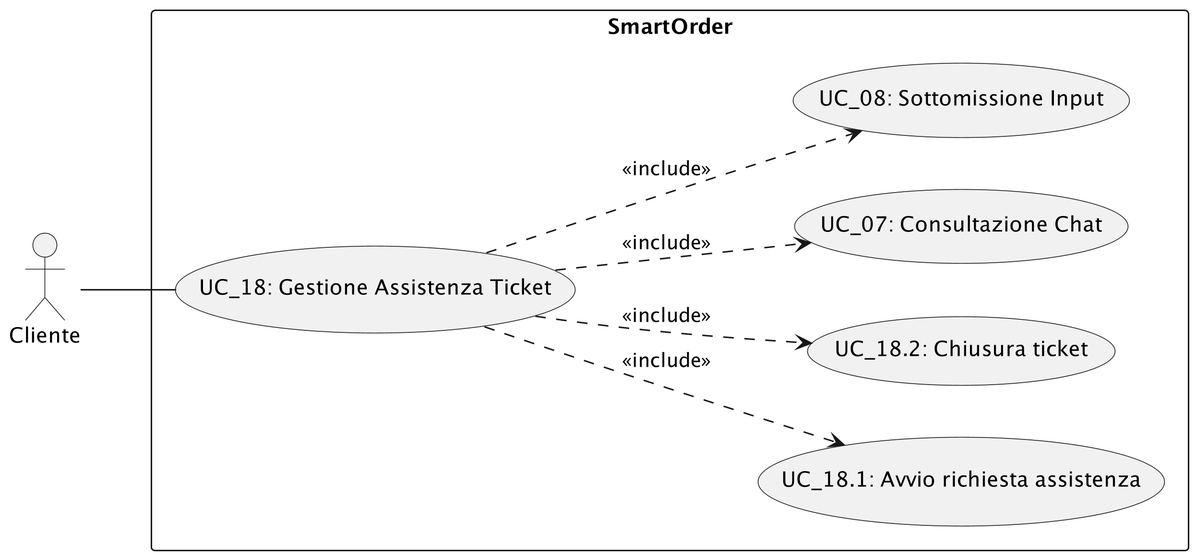
Before: src/RTB/Documentazione Esterna/Contenuti/uc-18.png, a diagram exported from PlantUML (swenightpro/Documentazione). The source it was exported from:
```plantuml
@startuml
skinparam dpi 300
left to right direction
actor Cliente

rectangle "SmartOrder" {
  usecase "UC_18: Gestione Assistenza Ticket" as UC18
  usecase "UC_18.1: Avvio richiesta assistenza" as UC18_1
  usecase "UC_18.2: Chiusura ticket" as UC18_2
  usecase "UC_07: Consultazione Chat" as UC07
  usecase "UC_08: Sottomissione Input" as UC08

}

Cliente -- UC18
UC18 ..> UC18_1 : <<include>>
UC18 ..> UC18_2 : <<include>>
UC18 ..> UC07 : <<include>>
UC18 ..> UC08 : <<include>>
@enduml
```
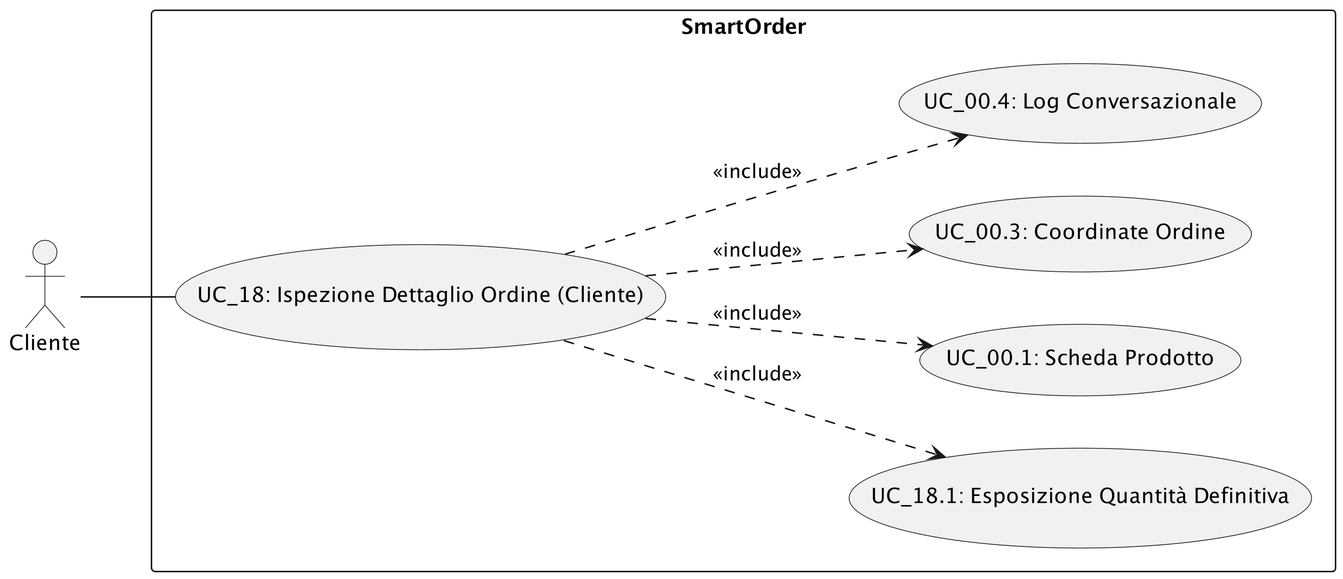
Later version of the same file.

Change to the diagram source:
```diff
@@ -4,17 +4,17 @@
 actor Cliente
 
 rectangle "SmartOrder" {
-  usecase "UC_18: Gestione Assistenza Ticket" as UC18
-  usecase "UC_18.1: Avvio richiesta assistenza" as UC18_1
-  usecase "UC_18.2: Chiusura ticket" as UC18_2
-  usecase "UC_07: Consultazione Chat" as UC07
-  usecase "UC_08: Sottomissione Input" as UC08
+usecase "UC_18: Ispezione Dettaglio Ordine (Cliente)" as UC18
+usecase "UC_18.1: Esposizione Quantità Definitiva" as UC18_1
+usecase "UC_00.1: Scheda Prodotto" as UC00_1
+usecase "UC_00.3: Coordinate Ordine" as UC00_3
+usecase "UC_00.4: Log Conversazionale" as UC00_4
 
 }
 
 Cliente -- UC18
+UC18 ..> UC00_3 : <<include>>
+UC18 ..> UC00_4 : <<include>>
+UC18 ..> UC00_1 : <<include>>
 UC18 ..> UC18_1 : <<include>>
-UC18 ..> UC18_2 : <<include>>
-UC18 ..> UC07 : <<include>>
-UC18 ..> UC08 : <<include>>
 @enduml
```
